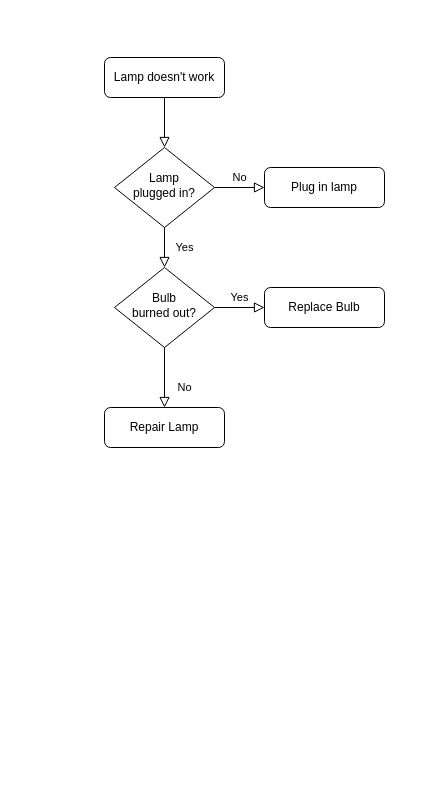
Above: testing.drawio in digitalNomadKg/myChallenges (draw.io), before the change. Source tidied: cells renumbered, new cells numbered last; positions are measured from the earlier drawing's top-left corner, leaving out a move shared by most shapes. Both pictures are drawn from the tidied source at 100%, with x=0, y=0 at pixel (104, 57).
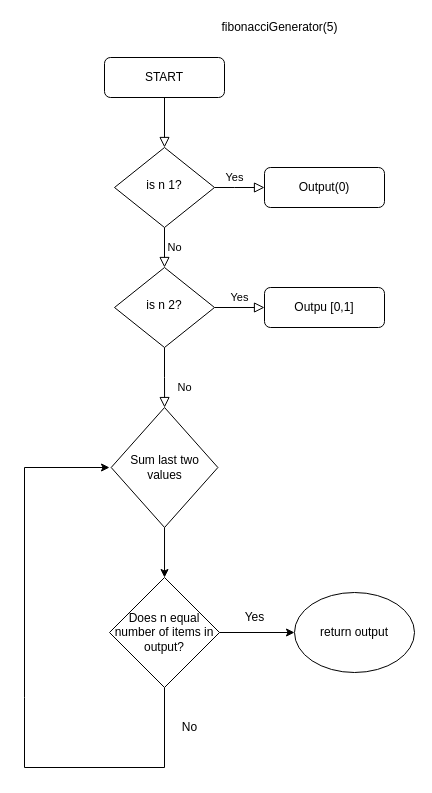
After the change.

What changed in the source:
```diff
@@
-    <mxCell id="3" value="Lamp doesn't work" style="rounded=1;whiteSpace=wrap;html=1;fontSize=12;glass=0;strokeWidth=1;shadow=0;" parent="1" vertex="1">
+    <mxCell id="3" value="START" style="rounded=1;whiteSpace=wrap;html=1;fontSize=12;glass=0;strokeWidth=1;shadow=0;" parent="1" vertex="1">
       <mxGeometry width="120" height="40" as="geometry" />
     </mxCell>
     <mxCell id="4" value="Yes" style="rounded=0;html=1;jettySize=auto;fontSize=11;endArrow=block;endFill=0;endSize=8;strokeWidth=1;shadow=0;labelBackgroundColor=none;edgeStyle=orthogonalEdgeStyle;" parent="1" edge="1" source="6" target="10">
-      <mxGeometry y="20" relative="1" as="geometry" />
+      <mxGeometry x="-1" y="86" relative="1" as="geometry">
+        <mxPoint x="-16" y="-50" as="offset" />
+      </mxGeometry>
     </mxCell>
     <mxCell id="5" value="No" style="edgeStyle=orthogonalEdgeStyle;rounded=0;html=1;jettySize=auto;fontSize=11;endArrow=block;endFill=0;endSize=8;strokeWidth=1;shadow=0;labelBackgroundColor=none;" parent="1" edge="1" source="6" target="7">
-      <mxGeometry y="10" relative="1" as="geometry" />
+      <mxGeometry x="-1" y="-72" relative="1" as="geometry">
+        <Array as="points">
+          <mxPoint x="130" y="130" />
+          <mxPoint x="130" y="130" />
+        </Array>
+        <mxPoint x="-40" y="-12" as="offset" />
+      </mxGeometry>
     </mxCell>
-    <mxCell id="6" value="Lamp&lt;br&gt;plugged in?" style="rhombus;whiteSpace=wrap;html=1;shadow=0;fontFamily=Helvetica;fontSize=12;align=center;strokeWidth=1;spacing=6;spacingTop=-4;" parent="1" vertex="1">
+    <mxCell id="6" value="is n 1?" style="rhombus;whiteSpace=wrap;html=1;shadow=0;fontFamily=Helvetica;fontSize=12;align=center;strokeWidth=1;spacing=6;spacingTop=-4;" parent="1" vertex="1">
       <mxGeometry x="10" y="90" width="100" height="80" as="geometry" />
     </mxCell>
-    <mxCell id="7" value="Plug in lamp" style="rounded=1;whiteSpace=wrap;html=1;fontSize=12;glass=0;strokeWidth=1;shadow=0;" parent="1" vertex="1">
+    <mxCell id="7" value="Output(0)" style="rounded=1;whiteSpace=wrap;html=1;fontSize=12;glass=0;strokeWidth=1;shadow=0;" parent="1" vertex="1">
       <mxGeometry x="160" y="110" width="120" height="40" as="geometry" />
     </mxCell>
-    <mxCell id="8" value="No" style="rounded=0;html=1;jettySize=auto;fontSize=11;endArrow=block;endFill=0;endSize=8;strokeWidth=1;shadow=0;labelBackgroundColor=none;edgeStyle=orthogonalEdgeStyle;" parent="1" edge="1" source="10" target="11">
+    <mxCell id="8" value="No" style="rounded=0;html=1;jettySize=auto;fontSize=11;endArrow=block;endFill=0;endSize=8;strokeWidth=1;shadow=0;labelBackgroundColor=none;edgeStyle=orthogonalEdgeStyle;" parent="1" edge="1" source="10" target="15">
       <mxGeometry x="0.33" y="20" relative="1" as="geometry" />
     </mxCell>
@@
-    <mxCell id="10" value="Bulb&lt;br&gt;burned out?" style="rhombus;whiteSpace=wrap;html=1;shadow=0;fontFamily=Helvetica;fontSize=12;align=center;strokeWidth=1;spacing=6;spacingTop=-4;" parent="1" vertex="1">
+    <mxCell id="10" value="is n 2?" style="rhombus;whiteSpace=wrap;html=1;shadow=0;fontFamily=Helvetica;fontSize=12;align=center;strokeWidth=1;spacing=6;spacingTop=-4;" parent="1" vertex="1">
       <mxGeometry x="10" y="210" width="100" height="80" as="geometry" />
     </mxCell>
-    <mxCell id="11" value="Repair Lamp" style="rounded=1;whiteSpace=wrap;html=1;fontSize=12;glass=0;strokeWidth=1;shadow=0;" parent="1" vertex="1">
-      <mxGeometry y="350" width="120" height="40" as="geometry" />
-    </mxCell>
-    <mxCell id="12" value="Replace Bulb" style="rounded=1;whiteSpace=wrap;html=1;fontSize=12;glass=0;strokeWidth=1;shadow=0;" parent="1" vertex="1">
+    <mxCell id="12" value="Outpu [0,1]" style="rounded=1;whiteSpace=wrap;html=1;fontSize=12;glass=0;strokeWidth=1;shadow=0;" parent="1" vertex="1">
       <mxGeometry x="160" y="230" width="120" height="40" as="geometry" />
     </mxCell>
+    <mxCell id="13" value="fibonacciGenerator(5)" style="text;html=1;align=center;verticalAlign=middle;" parent="1" vertex="1">
+      <mxGeometry x="110" y="-40" width="130" height="20" as="geometry" />
+    </mxCell>
+    <mxCell id="14" style="edgeStyle=none;rounded=0;jettySize=auto;html=1;" parent="1" edge="1" source="15" target="18">
+      <mxGeometry relative="1" as="geometry" />
+    </mxCell>
+    <mxCell id="15" value="&lt;span&gt;Sum last two values&lt;/span&gt;" style="rhombus;whiteSpace=wrap;html=1;" parent="1" vertex="1">
+      <mxGeometry x="6.7" y="350" width="106.7" height="120" as="geometry" />
+    </mxCell>
+    <mxCell id="16" style="edgeStyle=none;rounded=0;jettySize=auto;html=1;" parent="1" edge="1" source="18" target="19">
+      <mxGeometry relative="1" as="geometry" />
+    </mxCell>
+    <mxCell id="17" style="edgeStyle=none;rounded=0;jettySize=auto;html=1;" parent="1" edge="1" source="18">
+      <mxGeometry relative="1" as="geometry">
+        <mxPoint x="5" y="410" as="targetPoint" />
+        <Array as="points">
+          <mxPoint x="60" y="710" />
+          <mxPoint x="-80" y="710" />
+          <mxPoint x="-80" y="640" />
+          <mxPoint x="-80" y="410" />
+        </Array>
+      </mxGeometry>
+    </mxCell>
+    <mxCell id="18" value="Does n equal number of items in output?" style="rhombus;whiteSpace=wrap;html=1;" parent="1" vertex="1">
+      <mxGeometry x="5" y="520" width="110" height="110" as="geometry" />
+    </mxCell>
+    <mxCell id="19" value="return output" style="ellipse;whiteSpace=wrap;html=1;" parent="1" vertex="1">
+      <mxGeometry x="190" y="535" width="120" height="80" as="geometry" />
+    </mxCell>
+    <mxCell id="20" value="Yes&lt;br&gt;" style="text;html=1;align=center;verticalAlign=middle;" parent="1" vertex="1">
+      <mxGeometry x="130" y="550" width="40" height="20" as="geometry" />
+    </mxCell>
+    <mxCell id="21" value="No&lt;br&gt;" style="text;html=1;align=center;verticalAlign=middle;" parent="1" vertex="1">
+      <mxGeometry x="70" y="660" width="30" height="20" as="geometry" />
+    </mxCell>
```
